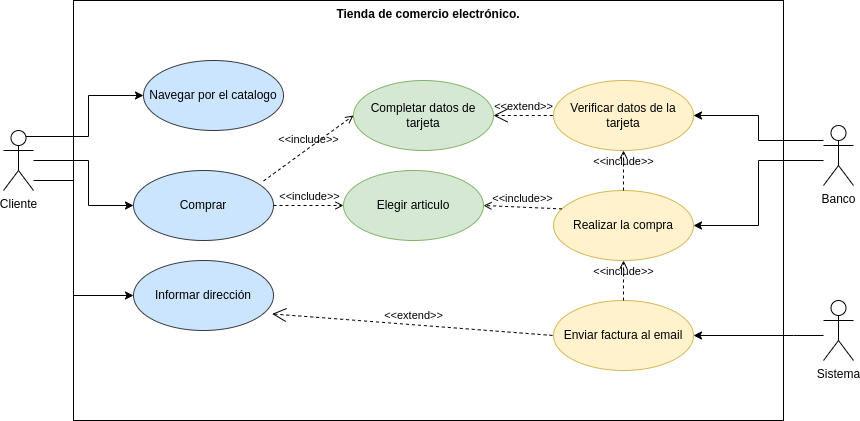
The draw.io diagram img.drawio.png in nexphernandez/Simulacro-I--Diagrama-de-Casos-de-Uso, before a commit. Source tidied: cells renumbered, new cells last; positions are measured from the earlier drawing's top-left corner, leaving out a move shared by most shapes.
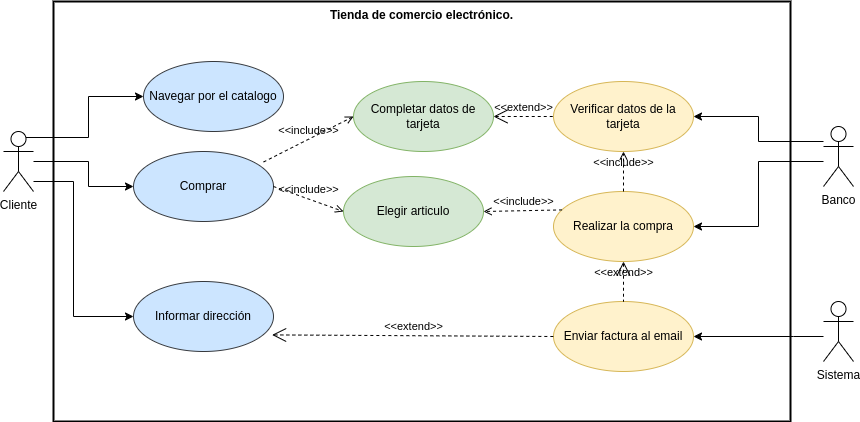
After the commit.

Diff of the diagram source:
```diff
@@ -2,8 +2,8 @@
   <root>
     <mxCell id="0" />
     <mxCell id="1" parent="0" />
-    <mxCell id="2" value="Tienda de comercio electrónico." style="shape=rect;html=1;verticalAlign=top;fontStyle=1;whiteSpace=wrap;align=center;fillColor=none;" parent="1" vertex="1">
-      <mxGeometry x="70" width="710" height="420" as="geometry" />
+    <mxCell id="2" value="Tienda de comercio electrónico." style="shape=rect;html=1;verticalAlign=top;fontStyle=1;whiteSpace=wrap;align=center;fillColor=none;strokeWidth=2;" parent="1" vertex="1">
+      <mxGeometry x="50" width="737" height="420" as="geometry" />
     </mxCell>
     <mxCell id="3" style="edgeStyle=orthogonalEdgeStyle;rounded=0;html=1;exitX=0.75;exitY=0.1;exitDx=0;exitDy=0;exitPerimeter=0;entryX=0;entryY=0.5;entryDx=0;entryDy=0;" parent="1" edge="1" source="6" target="12">
       <mxGeometry relative="1" as="geometry" />
@@ -12,7 +12,7 @@
       <mxGeometry relative="1" as="geometry">
         <Array as="points">
           <mxPoint x="85" y="160" />
-          <mxPoint x="85" y="205" />
+          <mxPoint x="85" y="185" />
         </Array>
       </mxGeometry>
     </mxCell>
@@ -20,7 +20,7 @@
       <mxGeometry relative="1" as="geometry">
         <Array as="points">
           <mxPoint x="70" y="180" />
-          <mxPoint x="70" y="295" />
+          <mxPoint x="70" y="315" />
         </Array>
       </mxGeometry>
     </mxCell>
@@ -61,10 +61,10 @@
       <mxGeometry x="140" y="60" width="140" height="70" as="geometry" />
     </mxCell>
     <mxCell id="13" value="Elegir articulo" style="ellipse;whiteSpace=wrap;html=1;fillColor=#d5e8d4;strokeColor=#82b366;" parent="1" vertex="1">
-      <mxGeometry x="340" y="170" width="140" height="70" as="geometry" />
+      <mxGeometry x="340" y="175" width="140" height="70" as="geometry" />
     </mxCell>
     <mxCell id="14" value="Informar dirección" style="ellipse;whiteSpace=wrap;html=1;fillColor=#cce5ff;strokeColor=#36393d;" parent="1" vertex="1">
-      <mxGeometry x="130" y="260" width="140" height="70" as="geometry" />
+      <mxGeometry x="130" y="280" width="140" height="70" as="geometry" />
     </mxCell>
     <mxCell id="15" value="Completar datos de tarjeta" style="ellipse;whiteSpace=wrap;html=1;fillColor=#d5e8d4;strokeColor=#82b366;" parent="1" vertex="1">
       <mxGeometry x="350" y="80" width="140" height="70" as="geometry" />
@@ -79,7 +79,7 @@
       <mxGeometry x="550" y="300" width="140" height="70" as="geometry" />
     </mxCell>
     <mxCell id="19" value="Comprar" style="ellipse;whiteSpace=wrap;html=1;fillColor=#cce5ff;strokeColor=#36393d;" parent="1" vertex="1">
-      <mxGeometry x="130" y="170" width="140" height="70" as="geometry" />
+      <mxGeometry x="130" y="150" width="140" height="70" as="geometry" />
     </mxCell>
     <mxCell id="20" value="&amp;lt;&amp;lt;include&amp;gt;&amp;gt;" style="edgeStyle=none;html=1;endArrow=open;verticalAlign=bottom;dashed=1;labelBackgroundColor=none;rounded=0;exitX=0.929;exitY=0.15;exitDx=0;exitDy=0;entryX=0;entryY=0.5;entryDx=0;entryDy=0;exitPerimeter=0;" parent="1" edge="1" source="19" target="15">
       <mxGeometry relative="1" as="geometry" />
@@ -96,11 +96,11 @@
     <mxCell id="24" value="&amp;lt;&amp;lt;include&amp;gt;&amp;gt;" style="edgeStyle=none;html=1;endArrow=open;verticalAlign=bottom;dashed=1;labelBackgroundColor=none;rounded=0;exitX=0.061;exitY=0.263;exitDx=0;exitDy=0;entryX=1;entryY=0.5;entryDx=0;entryDy=0;exitPerimeter=0;" parent="1" edge="1" source="17" target="13">
       <mxGeometry relative="1" as="geometry" />
     </mxCell>
-    <mxCell id="25" value="&amp;lt;&amp;lt;include&amp;gt;&amp;gt;" style="edgeStyle=none;html=1;endArrow=open;verticalAlign=bottom;dashed=1;labelBackgroundColor=none;rounded=0;exitX=0.5;exitY=0;exitDx=0;exitDy=0;entryX=0.5;entryY=1;entryDx=0;entryDy=0;" parent="1" edge="1" source="18" target="17">
-      <mxGeometry relative="1" as="geometry" />
-    </mxCell>
     <mxCell id="26" value="&amp;lt;&amp;lt;extend&amp;gt;&amp;gt;" style="edgeStyle=none;html=1;startArrow=open;endArrow=none;startSize=12;verticalAlign=bottom;dashed=1;labelBackgroundColor=none;rounded=0;entryX=0;entryY=0.5;entryDx=0;entryDy=0;exitX=0.99;exitY=0.763;exitDx=0;exitDy=0;exitPerimeter=0;" parent="1" edge="1" source="14" target="18">
       <mxGeometry relative="1" as="geometry" />
     </mxCell>
+    <mxCell id="27" value="&amp;lt;&amp;lt;extend&amp;gt;&amp;gt;" style="edgeStyle=none;html=1;startArrow=open;endArrow=none;startSize=12;verticalAlign=bottom;dashed=1;labelBackgroundColor=none;entryX=0.5;entryY=0;entryDx=0;entryDy=0;exitX=0.5;exitY=1;exitDx=0;exitDy=0;" parent="1" edge="1" source="17" target="18">
+      <mxGeometry relative="1" as="geometry" />
+    </mxCell>
   </root>
 </mxGraphModel>
```
